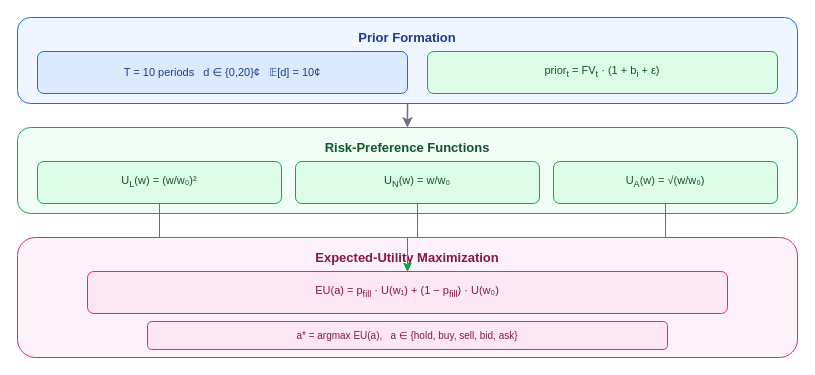
Earlier version of the draw.io diagram arch-elicitation.drawio (Mon-ius/bubble). Source tidied: cells renumbered, new cells numbered last; positions are measured from the earlier drawing's top-left corner, leaving out a move shared by most shapes. Both pictures are drawn from the tidied source at 100%, with x=0, y=0 at pixel (17, 17).
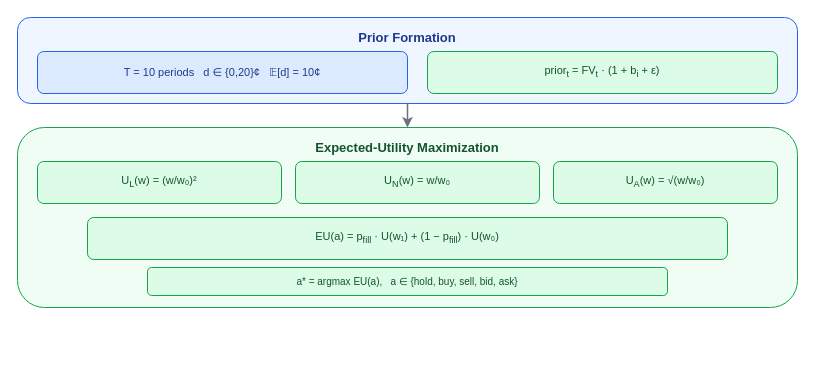
The same diagram, later.

Commit message (it also covers changes not shown here):
Figure 2: merge risk-preference functions into EU maximization group

Nest the three utility-function nodes (U_L, U_N, U_A) inside the
Expected-Utility Maximization group instead of placing them in a
separate "Risk-Preference Functions" frame with three converging
arrows. One clean group-to-group arrow replaces the clunky fan.

What changed in the source:
```diff
@@
 <mxGraphModel>
   <root>
     <mxCell id="0" />
     <mxCell id="1" parent="0" />
     <mxCell id="2" value="Prior Formation" style="rounded=1;whiteSpace=wrap;html=1;fillColor=#eff6ff;strokeColor=#2563eb;fontColor=#1e3a8a;fontStyle=1;fontSize=13;verticalAlign=top;spacingTop=6;" parent="1" vertex="1">
       <mxGeometry width="780" height="86" as="geometry" />
     </mxCell>
     <mxCell id="3" value="T = 10 periods   d ∈ {0,20}¢   𝔼[d] = 10¢" style="rounded=1;whiteSpace=wrap;html=1;fillColor=#dbeafe;strokeColor=#2563eb;fontColor=#1e3a8a;fontSize=11;" parent="1" vertex="1">
       <mxGeometry x="20" y="34" width="370" height="42" as="geometry" />
     </mxCell>
     <mxCell id="4" value="prior&lt;sub&gt;t&lt;/sub&gt; = FV&lt;sub&gt;t&lt;/sub&gt; · (1 + b&lt;sub&gt;i&lt;/sub&gt; + ε)" style="rounded=1;whiteSpace=wrap;html=1;fillColor=#dcfce7;strokeColor=#16a34a;fontColor=#14532d;fontSize=11;" parent="1" vertex="1">
       <mxGeometry x="410" y="34" width="350" height="42" as="geometry" />
     </mxCell>
-    <mxCell id="5" value="Risk-Preference Functions" style="rounded=1;whiteSpace=wrap;html=1;fillColor=#f0fdf4;strokeColor=#16a34a;fontColor=#14532d;fontStyle=1;fontSize=13;verticalAlign=top;spacingTop=6;" parent="1" vertex="1">
-      <mxGeometry y="110" width="780" height="86" as="geometry" />
+    <mxCell id="5" value="Expected-Utility Maximization" style="rounded=1;whiteSpace=wrap;html=1;fillColor=#f0fdf4;strokeColor=#16a34a;fontColor=#14532d;fontStyle=1;fontSize=13;verticalAlign=top;spacingTop=6;" parent="1" vertex="1">
+      <mxGeometry y="110" width="780" height="180" as="geometry" />
     </mxCell>
     <mxCell id="6" value="U&lt;sub&gt;L&lt;/sub&gt;(w) = (w/w₀)²" style="rounded=1;whiteSpace=wrap;html=1;fillColor=#dcfce7;strokeColor=#16a34a;fontColor=#14532d;fontSize=11;" parent="1" vertex="1">
       <mxGeometry x="20" y="144" width="244" height="42" as="geometry" />
     </mxCell>
     <mxCell id="7" value="U&lt;sub&gt;N&lt;/sub&gt;(w) = w/w₀" style="rounded=1;whiteSpace=wrap;html=1;fillColor=#dcfce7;strokeColor=#16a34a;fontColor=#14532d;fontSize=11;" parent="1" vertex="1">
       <mxGeometry x="278" y="144" width="244" height="42" as="geometry" />
     </mxCell>
     <mxCell id="8" value="U&lt;sub&gt;A&lt;/sub&gt;(w) = √(w/w₀)" style="rounded=1;whiteSpace=wrap;html=1;fillColor=#dcfce7;strokeColor=#16a34a;fontColor=#14532d;fontSize=11;" parent="1" vertex="1">
       <mxGeometry x="536" y="144" width="224" height="42" as="geometry" />
     </mxCell>
-    <mxCell id="9" value="Expected-Utility Maximization" style="rounded=1;whiteSpace=wrap;html=1;fillColor=#fdf2f8;strokeColor=#db2777;fontColor=#831843;fontStyle=1;fontSize=13;verticalAlign=top;spacingTop=6;" parent="1" vertex="1">
-      <mxGeometry y="220" width="780" height="120" as="geometry" />
-    </mxCell>
-    <mxCell id="10" value="EU(a) = p&lt;sub&gt;fill&lt;/sub&gt; · U(w₁) + (1 − p&lt;sub&gt;fill&lt;/sub&gt;) · U(w₀)" style="rounded=1;whiteSpace=wrap;html=1;fillColor=#fce7f3;strokeColor=#db2777;fontColor=#831843;fontSize=11;" parent="1" vertex="1">
-      <mxGeometry x="70" y="254" width="640" height="42" as="geometry" />
+    <mxCell id="10" value="EU(a) = p&lt;sub&gt;fill&lt;/sub&gt; · U(w₁) + (1 − p&lt;sub&gt;fill&lt;/sub&gt;) · U(w₀)" style="rounded=1;whiteSpace=wrap;html=1;fillColor=#dcfce7;strokeColor=#16a34a;fontColor=#14532d;fontSize=11;" parent="1" vertex="1">
+      <mxGeometry x="70" y="200" width="640" height="42" as="geometry" />
     </mxCell>
-    <mxCell id="11" value="a* = argmax EU(a),   a ∈ {hold, buy, sell, bid, ask}" style="rounded=1;whiteSpace=wrap;html=1;fillColor=#fce7f3;strokeColor=#db2777;fontColor=#831843;fontSize=10;" parent="1" vertex="1">
-      <mxGeometry x="130" y="304" width="520" height="28" as="geometry" />
+    <mxCell id="11" value="a* = argmax EU(a),   a ∈ {hold, buy, sell, bid, ask}" style="rounded=1;whiteSpace=wrap;html=1;fillColor=#dcfce7;strokeColor=#16a34a;fontColor=#14532d;fontSize=10;" parent="1" vertex="1">
+      <mxGeometry x="130" y="250" width="520" height="28" as="geometry" />
     </mxCell>
     <mxCell id="12" style="edgeStyle=orthogonalEdgeStyle;rounded=0;html=1;endArrow=classic;strokeColor=#6b7280;strokeWidth=1.5;" parent="1" edge="1" source="2" target="5">
       <mxGeometry relative="1" as="geometry" />
     </mxCell>
-    <mxCell id="13" style="edgeStyle=orthogonalEdgeStyle;rounded=0;html=1;endArrow=classic;strokeColor=#16a34a;" parent="1" edge="1" source="6" target="10">
-      <mxGeometry relative="1" as="geometry" />
-    </mxCell>
-    <mxCell id="14" style="edgeStyle=orthogonalEdgeStyle;rounded=0;html=1;endArrow=classic;strokeColor=#16a34a;" parent="1" edge="1" source="7" target="10">
-      <mxGeometry relative="1" as="geometry" />
-    </mxCell>
-    <mxCell id="15" style="edgeStyle=orthogonalEdgeStyle;rounded=0;html=1;endArrow=classic;strokeColor=#16a34a;" parent="1" edge="1" source="8" target="10">
-      <mxGeometry relative="1" as="geometry" />
-    </mxCell>
   </root>
 </mxGraphModel>
```
